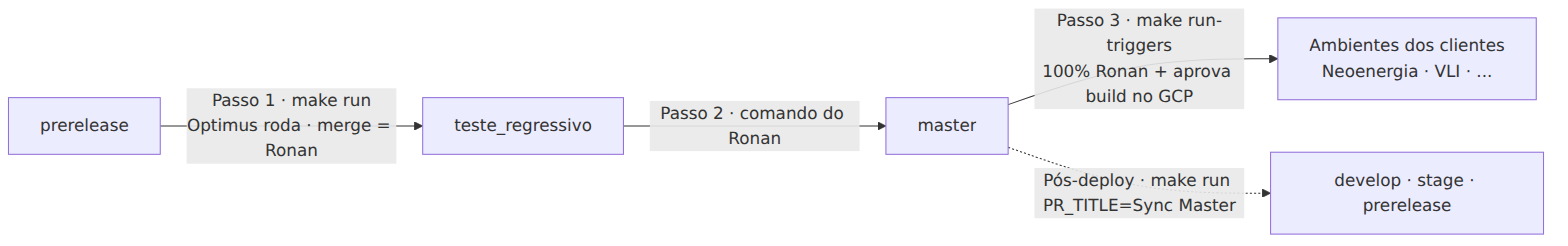
The Mermaid diagram docs/diagramas/08-promocao-branches.png in BertoRcsb/workflow-automation-management, before a commit. Its source is kept beside it as docs/diagramas/08-promocao-branches.mmd. Its diagram source:
```mermaid
flowchart LR
    PR["prerelease"] -->|"Passo 1 · make run<br>Optimus roda · merge = Ronan"| TR["teste_regressivo"]
    TR -->|"Passo 2 · comando do Ronan"| MA["master"]
    MA -->|"Passo 3 · make run-triggers<br>100% Ronan + aprova build no GCP"| CL["Ambientes dos clientes<br>Neoenergia · VLI · ..."]
    MA -.->|"Pós-deploy · make run PR_TITLE=Sync Master"| DV["develop · stage · prerelease"]
```
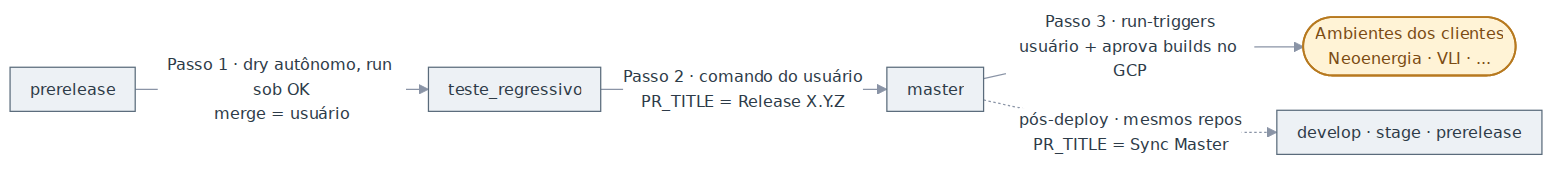
After the change.

What changed in the source:
```diff
@@ -1,5 +1,11 @@
+%%{init: {"theme":"base","themeVariables":{"fontFamily":"Segoe UI, Helvetica, Arial, sans-serif","fontSize":"13px","lineColor":"#8A94A6","primaryColor":"#EDF1F5","primaryBorderColor":"#5A6B7B","primaryTextColor":"#2D3B48","clusterBkg":"#FAFBFC","clusterBorder":"#D5DBE3","edgeLabelBackground":"#FFFFFF"},"flowchart":{"curve":"basis","nodeSpacing":28,"rankSpacing":36,"padding":8}}}%%
 flowchart LR
-    PR["prerelease"] -->|"Passo 1 · make run<br>Optimus roda · merge = Ronan"| TR["teste_regressivo"]
-    TR -->|"Passo 2 · comando do Ronan"| MA["master"]
-    MA -->|"Passo 3 · make run-triggers<br>100% Ronan + aprova build no GCP"| CL["Ambientes dos clientes<br>Neoenergia · VLI · ..."]
-    MA -.->|"Pós-deploy · make run PR_TITLE=Sync Master"| DV["develop · stage · prerelease"]
+    PR["prerelease"]:::io -->|"Passo 1 · dry autônomo, run sob OK<br>merge = usuário"| TR["teste_regressivo"]:::io
+    TR -->|"Passo 2 · comando do usuário<br>PR_TITLE = Release X.Y.Z"| MA["master"]:::io
+    MA -->|"Passo 3 · run-triggers<br>usuário + aprova builds no GCP"| CL(["Ambientes dos clientes<br>Neoenergia · VLI · ..."]):::humano
+    MA -.->|"pós-deploy · mesmos repos<br>PR_TITLE = Sync Master"| DV["develop · stage · prerelease"]:::io
+    classDef humano fill:#FFF3D6,stroke:#B7791F,color:#7B4B12,stroke-width:1.5px
+    classDef llm fill:#E8ECFB,stroke:#4C5FD5,color:#2A3577
+    classDef det fill:#DDF3E7,stroke:#2F855A,color:#1C4532
+    classDef io fill:#EDF1F5,stroke:#5A6B7B,color:#2D3B48
+    classDef alerta fill:#FBE1E1,stroke:#C53030,color:#742A2A
```
